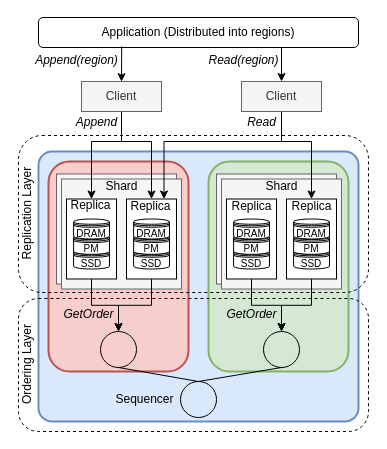
nathanieltornow/PMLog keeps this draw.io diagram as docs/Copy of System_Arch2.drawio. Above is the earlier version. Source tidied: cells renumbered, new cells numbered last; positions are measured from the earlier drawing's top-left corner, leaving out a move shared by most shapes. Both pictures are drawn from the tidied source at 100%, with x=0, y=0 at pixel (-29, 17).
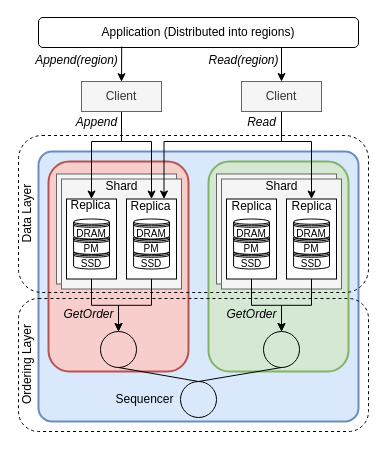
After the change.

Change to the diagram source:
```diff
@@
-    <mxCell id="52" value="Replication Layer" style="text;html=1;align=center;verticalAlign=middle;strokeColor=none;fillColor=none;rotation=270;" parent="1" vertex="1">
-      <mxGeometry x="0.1" y="186.5" width="110" height="20" as="geometry" />
+    <mxCell id="52" value="Data&amp;nbsp;Layer" style="text;html=1;align=center;verticalAlign=middle;strokeColor=none;fillColor=none;rotation=270;" parent="1" vertex="1">
+      <mxGeometry x="20.1" y="186.5" width="70" height="20" as="geometry" />
     </mxCell>
```
